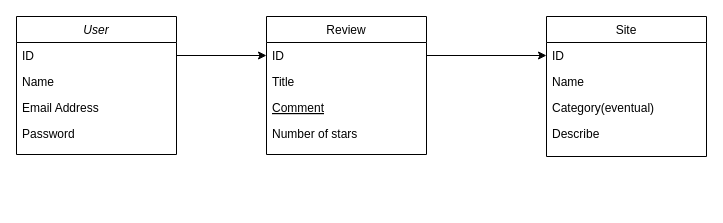
ParvanAndrei/ReviewChan keeps this draw.io diagram as ClassDiagram.drawio. Above is the earlier version. Source tidied: cells renumbered, new cells numbered last; positions are measured from the earlier drawing's top-left corner, leaving out a move shared by most shapes. Both pictures are drawn from the tidied source at 100%, with x=0, y=0 at pixel (16, 16).
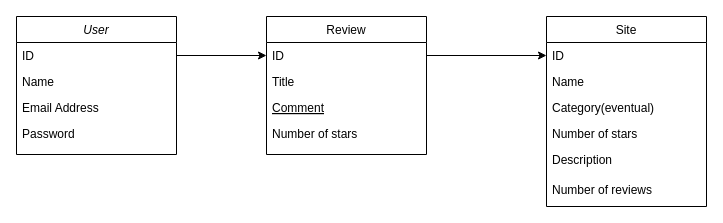
After the change.

Commit message:
small changes for class diagram

Diff of the diagram source:
```diff
@@
     <mxCell id="12" value="Site" style="swimlane;fontStyle=0;align=center;verticalAlign=top;horizontal=1;startSize=26;rounded=0;shadow=0;strokeWidth=1;" parent="1" vertex="1">
-      <mxGeometry x="530" width="160" height="140" as="geometry" />
+      <mxGeometry x="530" width="160" height="190" as="geometry" />
     </mxCell>
@@
+    <mxCell id="19" value="Number of stars" style="text;align=left;verticalAlign=top;spacingLeft=4;spacingRight=4;overflow=hidden;rounded=0;shadow=0;html=0;" parent="12" vertex="1">
+      <mxGeometry y="104" width="160" height="26" as="geometry" />
+    </mxCell>
-    <mxCell id="16" value="Describe" style="text;align=left;verticalAlign=top;spacingLeft=4;spacingRight=4;overflow=hidden;rounded=0;shadow=0;html=0;" parent="12" vertex="1">
-      <mxGeometry y="104" width="160" height="26" as="geometry" />
+    <mxCell id="16" value="Description" style="text;align=left;verticalAlign=top;spacingLeft=4;spacingRight=4;overflow=hidden;rounded=0;shadow=0;html=0;" parent="12" vertex="1">
+      <mxGeometry y="130" width="160" height="30" as="geometry" />
     </mxCell>
+    <mxCell id="20" value="Number of reviews" style="text;align=left;verticalAlign=top;spacingLeft=4;spacingRight=4;overflow=hidden;rounded=0;shadow=0;html=0;" parent="12" vertex="1">
+      <mxGeometry y="160" width="160" height="26" as="geometry" />
+    </mxCell>
```
